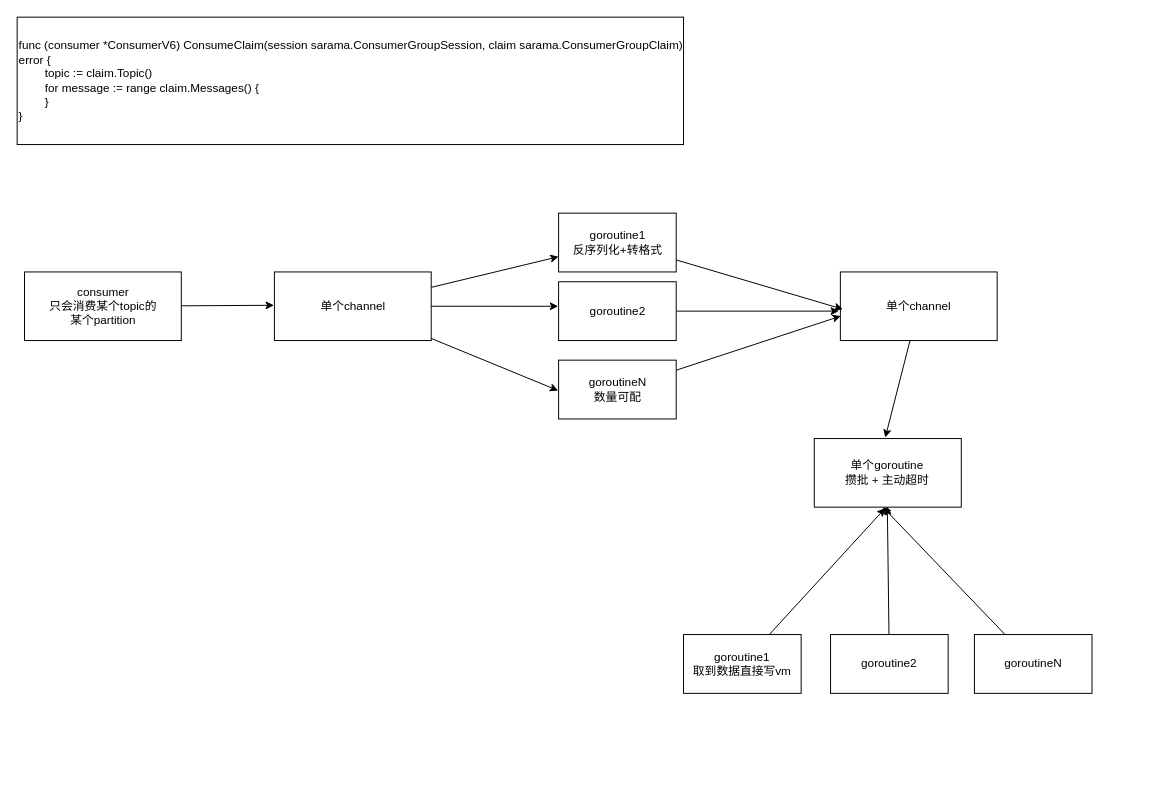
Earlier version of the draw.io diagram 未命名绘图.drawio (jingb/pythonRepo). Source tidied: cells renumbered, new cells numbered last; positions are measured from the earlier drawing's top-left corner, leaving out a move shared by most shapes. Both pictures are drawn from the tidied source at 98%, with x=0, y=0 at pixel (17, 17).
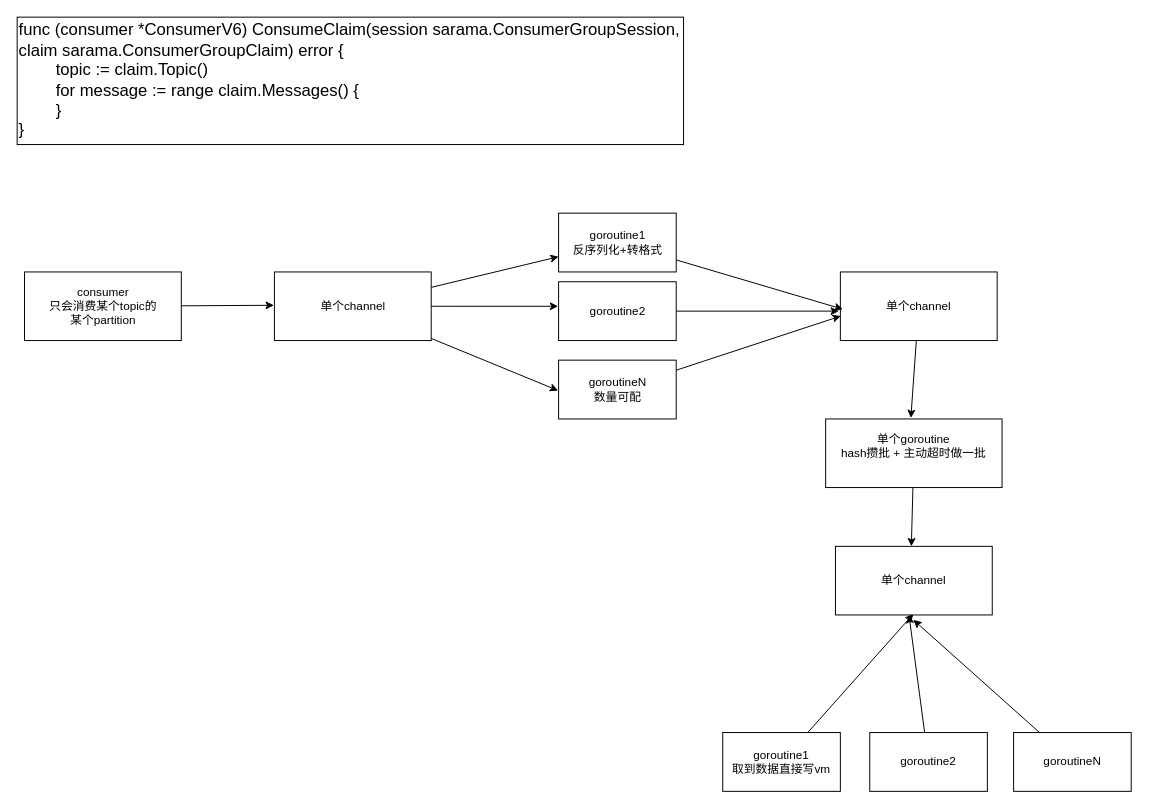
Above is the later version.

Commit message:
更新未命名绘图.drawio

What changed in the source:
```diff
@@
-    <mxCell id="3" value="&lt;div&gt;func (consumer *ConsumerV6) ConsumeClaim(session sarama.ConsumerGroupSession, claim sarama.ConsumerGroupClaim) error {&lt;/div&gt;&lt;div&gt;&lt;span style=&quot;white-space: normal;&quot;&gt;&lt;span style=&quot;white-space:pre&quot;&gt;&#9;&lt;/span&gt;topic := claim.Topic()&lt;/span&gt;&lt;/div&gt;&lt;div&gt;&lt;span style=&quot;white-space: normal;&quot;&gt;&lt;span style=&quot;white-space:pre&quot;&gt;&#9;&lt;/span&gt;for message := range claim.Messages() {&lt;/span&gt;&lt;/div&gt;&lt;div&gt;&lt;span style=&quot;white-space: normal;&quot;&gt;&lt;span style=&quot;white-space:pre&quot;&gt;&#9;&lt;/span&gt;}&lt;/span&gt;&lt;/div&gt;&lt;div&gt;}&lt;/div&gt;" style="rounded=0;whiteSpace=wrap;html=1;align=left;" parent="1" vertex="1">
+    <mxCell id="3" value="&lt;div style=&quot;font-size: 17px;&quot;&gt;&lt;font style=&quot;font-size: 17px;&quot;&gt;func (consumer *ConsumerV6) ConsumeClaim(session sarama.ConsumerGroupSession, claim sarama.ConsumerGroupClaim) error {&lt;/font&gt;&lt;/div&gt;&lt;div style=&quot;font-size: 17px;&quot;&gt;&lt;span style=&quot;white-space: normal;&quot;&gt;&lt;font style=&quot;font-size: 17px;&quot;&gt;&lt;span style=&quot;white-space:pre&quot;&gt;&#9;&lt;/span&gt;topic := claim.Topic()&lt;/font&gt;&lt;/span&gt;&lt;/div&gt;&lt;div style=&quot;font-size: 17px;&quot;&gt;&lt;span style=&quot;white-space: normal;&quot;&gt;&lt;font style=&quot;font-size: 17px;&quot;&gt;&lt;span style=&quot;white-space:pre&quot;&gt;&#9;&lt;/span&gt;for message := range claim.Messages() {&lt;/font&gt;&lt;/span&gt;&lt;/div&gt;&lt;div style=&quot;font-size: 17px;&quot;&gt;&lt;span style=&quot;white-space: normal;&quot;&gt;&lt;font style=&quot;font-size: 17px;&quot;&gt;&lt;span style=&quot;white-space:pre&quot;&gt;&#9;&lt;/span&gt;}&lt;/font&gt;&lt;/span&gt;&lt;/div&gt;&lt;div style=&quot;font-size: 17px;&quot;&gt;&lt;font style=&quot;font-size: 17px;&quot;&gt;}&lt;/font&gt;&lt;/div&gt;" style="rounded=0;whiteSpace=wrap;html=1;align=left;" parent="1" vertex="1">
       <mxGeometry width="680" height="130" as="geometry" />
     </mxCell>
@@
-    <mxCell id="16" value="&lt;div&gt;单个goroutine&lt;br&gt;攒批 + 主动超时&lt;/div&gt;" style="rounded=0;whiteSpace=wrap;html=1;" parent="1" vertex="1">
-      <mxGeometry x="813.4" y="430" width="150" height="70" as="geometry" />
+    <mxCell id="16" value="&lt;div&gt;单个goroutine&lt;br&gt;hash攒批 + 主动超时做一批&lt;br&gt;&lt;br&gt;&lt;/div&gt;" style="rounded=0;whiteSpace=wrap;html=1;" parent="1" vertex="1">
+      <mxGeometry x="825" y="410" width="180" height="70" as="geometry" />
     </mxCell>
@@
     <mxCell id="18" value="goroutine1&lt;br&gt;取到数据直接写vm" style="rounded=0;whiteSpace=wrap;html=1;" parent="1" vertex="1">
-      <mxGeometry x="680" y="630" width="120" height="60" as="geometry" />
+      <mxGeometry x="720" y="730" width="120" height="60" as="geometry" />
     </mxCell>
     <mxCell id="19" value="&lt;div&gt;goroutine2&lt;/div&gt;" style="rounded=0;whiteSpace=wrap;html=1;" parent="1" vertex="1">
-      <mxGeometry x="830" y="630" width="120" height="60" as="geometry" />
+      <mxGeometry x="870" y="730" width="120" height="60" as="geometry" />
     </mxCell>
-    <mxCell id="20" style="rounded=0;jettySize=auto;html=1;" parent="1" edge="1" source="21">
-      <mxGeometry relative="1" as="geometry">
-        <mxPoint x="883.4" y="500" as="targetPoint" />
-      </mxGeometry>
+    <mxCell id="20" style="rounded=0;jettySize=auto;html=1;entryX=0.497;entryY=1.071;entryDx=0;entryDy=0;entryPerimeter=0;" parent="1" edge="1" source="21" target="24">
+      <mxGeometry relative="1" as="geometry" />
     </mxCell>
     <mxCell id="21" value="goroutineN" style="rounded=0;whiteSpace=wrap;html=1;" parent="1" vertex="1">
-      <mxGeometry x="976.8" y="630" width="120" height="60" as="geometry" />
+      <mxGeometry x="1016.8" y="730" width="120" height="60" as="geometry" />
     </mxCell>
-    <mxCell id="22" style="rounded=0;jettySize=auto;html=1;entryX=0.483;entryY=1.014;entryDx=0;entryDy=0;entryPerimeter=0;" parent="1" edge="1" source="18" target="16">
+    <mxCell id="22" style="rounded=0;jettySize=auto;html=1;entryX=0.497;entryY=0.986;entryDx=0;entryDy=0;entryPerimeter=0;" parent="1" edge="1" source="18" target="24">
       <mxGeometry relative="1" as="geometry" />
     </mxCell>
-    <mxCell id="23" style="rounded=0;jettySize=auto;html=1;entryX=0.497;entryY=0.986;entryDx=0;entryDy=0;entryPerimeter=0;" parent="1" edge="1" source="19" target="16">
+    <mxCell id="23" style="rounded=0;jettySize=auto;html=1;entryX=0.469;entryY=1;entryDx=0;entryDy=0;entryPerimeter=0;" parent="1" edge="1" source="19" target="24">
       <mxGeometry relative="1" as="geometry" />
     </mxCell>
+    <mxCell id="24" value="&lt;div&gt;单个channel&lt;/div&gt;" style="rounded=0;whiteSpace=wrap;html=1;" parent="1" vertex="1">
+      <mxGeometry x="835" y="540" width="160" height="70" as="geometry" />
+    </mxCell>
+    <mxCell id="25" style="edgeStyle=none;rounded=0;jettySize=auto;html=1;entryX=0.484;entryY=0;entryDx=0;entryDy=0;entryPerimeter=0;" parent="1" edge="1" source="16" target="24">
+      <mxGeometry relative="1" as="geometry" />
+    </mxCell>
```
